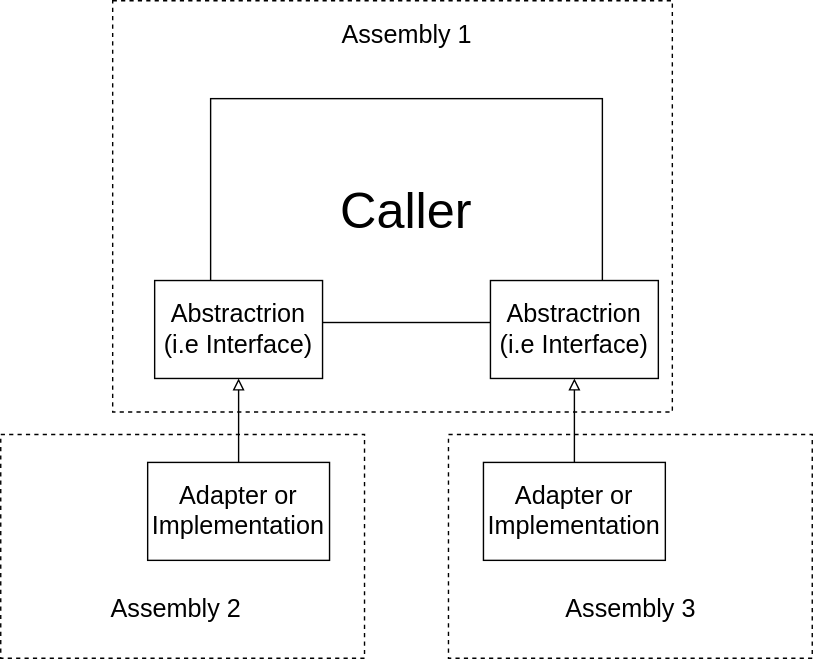
Earlier version of the draw.io export post-media/TestApi-and-TestReuse-in-Csharp/dependency-inversion.drawio.svg (farlee2121/DevEssentialsBlog). Source tidied: cells renumbered, new cells last; positions are measured from the earlier drawing's top-left corner, leaving out a move shared by most shapes. The source it was exported from:
```xml
<mxGraphModel>
  <root>
    <mxCell id="0" />
    <mxCell id="1" parent="0" />
    <mxCell id="2" style="whiteSpace=wrap;html=1;fontSize=36;fillColor=none;strokeColor=#000000;dashed=1;" parent="1" vertex="1">
      <mxGeometry x="320" y="310" width="260" height="160" as="geometry" />
    </mxCell>
    <mxCell id="3" style="whiteSpace=wrap;html=1;fontSize=36;fillColor=none;strokeColor=#000000;dashed=1;" parent="1" vertex="1">
      <mxGeometry y="310" width="260" height="160" as="geometry" />
    </mxCell>
    <mxCell id="4" style="whiteSpace=wrap;html=1;fontSize=36;fillColor=none;strokeColor=#000000;dashed=1;" parent="1" vertex="1">
      <mxGeometry x="80" width="400" height="294" as="geometry" />
    </mxCell>
    <mxCell id="5" value="&lt;font style=&quot;font-size: 36px&quot;&gt;Caller&lt;/font&gt;" style="whiteSpace=wrap;html=1;" parent="1" vertex="1">
      <mxGeometry x="150" y="70" width="280" height="160" as="geometry" />
    </mxCell>
    <mxCell id="6" style="edgeStyle=none;html=1;fontSize=18;endArrow=none;endFill=0;startArrow=block;startFill=0;" parent="1" edge="1" source="7" target="10">
      <mxGeometry relative="1" as="geometry" />
    </mxCell>
    <mxCell id="7" value="&lt;font&gt;&lt;font style=&quot;font-size: 18px&quot;&gt;Abstractrion&lt;br&gt;(i.e Interface)&lt;/font&gt;&lt;br&gt;&lt;/font&gt;" style="whiteSpace=wrap;html=1;" parent="1" vertex="1">
      <mxGeometry x="350" y="200" width="120" height="70" as="geometry" />
    </mxCell>
    <mxCell id="8" style="edgeStyle=none;html=1;exitX=0.5;exitY=1;exitDx=0;exitDy=0;entryX=0.5;entryY=0;entryDx=0;entryDy=0;fontSize=18;endArrow=none;endFill=0;startArrow=block;startFill=0;" parent="1" edge="1" source="9" target="11">
      <mxGeometry relative="1" as="geometry" />
    </mxCell>
    <mxCell id="9" value="&lt;font&gt;&lt;font style=&quot;font-size: 18px&quot;&gt;Abstractrion&lt;br&gt;(i.e Interface)&lt;/font&gt;&lt;br&gt;&lt;/font&gt;" style="whiteSpace=wrap;html=1;" parent="1" vertex="1">
      <mxGeometry x="110" y="200" width="120" height="70" as="geometry" />
    </mxCell>
    <mxCell id="10" value="&lt;font&gt;&lt;span style=&quot;font-size: 18px&quot;&gt;Adapter or&lt;/span&gt;&lt;font style=&quot;font-size: 18px&quot;&gt;&lt;br&gt;Implementation&lt;/font&gt;&lt;br&gt;&lt;/font&gt;" style="whiteSpace=wrap;html=1;" parent="1" vertex="1">
      <mxGeometry x="345" y="330" width="130" height="70" as="geometry" />
    </mxCell>
    <mxCell id="11" value="&lt;font&gt;&lt;span style=&quot;font-size: 18px&quot;&gt;Adapter or&lt;/span&gt;&lt;font style=&quot;font-size: 18px&quot;&gt;&lt;br&gt;Implementation&lt;/font&gt;&lt;br&gt;&lt;/font&gt;" style="whiteSpace=wrap;html=1;" parent="1" vertex="1">
      <mxGeometry x="105" y="330" width="130" height="70" as="geometry" />
    </mxCell>
    <mxCell id="12" value="Assembly 1" style="text;html=1;align=center;verticalAlign=middle;fillColor=none;strokeColor=none;rounded=0;dashed=1;fontSize=18;" parent="1" vertex="1">
      <mxGeometry x="235" y="10" width="110" height="30" as="geometry" />
    </mxCell>
    <mxCell id="13" value="Assembly 3" style="text;html=1;align=center;verticalAlign=middle;fillColor=none;strokeColor=none;rounded=0;dashed=1;fontSize=18;" parent="1" vertex="1">
      <mxGeometry x="395" y="420" width="110" height="30" as="geometry" />
    </mxCell>
    <mxCell id="14" value="Assembly 2" style="text;html=1;align=center;verticalAlign=middle;fillColor=none;strokeColor=none;rounded=0;dashed=1;fontSize=18;" parent="1" vertex="1">
      <mxGeometry x="70" y="420" width="110" height="30" as="geometry" />
    </mxCell>
  </root>
</mxGraphModel>
```
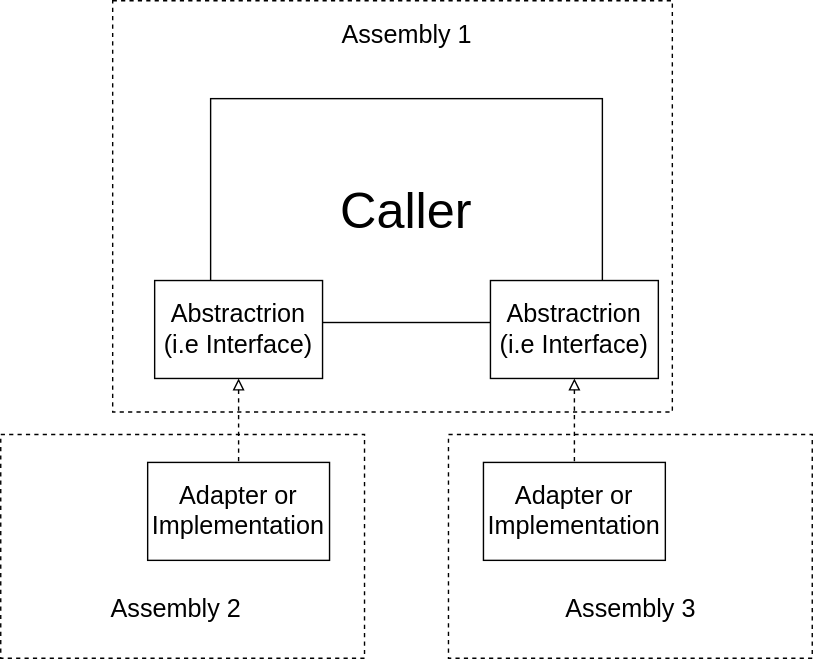
The same diagram one commit later.

Commit message:
match uml abstract depdendency convention

Change to the diagram source:
```diff
@@ -14,13 +14,13 @@
     <mxCell id="5" value="&lt;font style=&quot;font-size: 36px&quot;&gt;Caller&lt;/font&gt;" style="whiteSpace=wrap;html=1;" parent="1" vertex="1">
       <mxGeometry x="150" y="70" width="280" height="160" as="geometry" />
     </mxCell>
-    <mxCell id="6" style="edgeStyle=none;html=1;fontSize=18;endArrow=none;endFill=0;startArrow=block;startFill=0;" parent="1" edge="1" source="7" target="10">
+    <mxCell id="6" style="edgeStyle=none;html=1;fontSize=18;endArrow=none;endFill=0;startArrow=block;startFill=0;dashed=1;" parent="1" edge="1" source="7" target="10">
       <mxGeometry relative="1" as="geometry" />
     </mxCell>
     <mxCell id="7" value="&lt;font&gt;&lt;font style=&quot;font-size: 18px&quot;&gt;Abstractrion&lt;br&gt;(i.e Interface)&lt;/font&gt;&lt;br&gt;&lt;/font&gt;" style="whiteSpace=wrap;html=1;" parent="1" vertex="1">
       <mxGeometry x="350" y="200" width="120" height="70" as="geometry" />
     </mxCell>
-    <mxCell id="8" style="edgeStyle=none;html=1;exitX=0.5;exitY=1;exitDx=0;exitDy=0;entryX=0.5;entryY=0;entryDx=0;entryDy=0;fontSize=18;endArrow=none;endFill=0;startArrow=block;startFill=0;" parent="1" edge="1" source="9" target="11">
+    <mxCell id="8" style="edgeStyle=none;html=1;exitX=0.5;exitY=1;exitDx=0;exitDy=0;entryX=0.5;entryY=0;entryDx=0;entryDy=0;fontSize=18;endArrow=none;endFill=0;startArrow=block;startFill=0;dashed=1;" parent="1" edge="1" source="9" target="11">
       <mxGeometry relative="1" as="geometry" />
     </mxCell>
     <mxCell id="9" value="&lt;font&gt;&lt;font style=&quot;font-size: 18px&quot;&gt;Abstractrion&lt;br&gt;(i.e Interface)&lt;/font&gt;&lt;br&gt;&lt;/font&gt;" style="whiteSpace=wrap;html=1;" parent="1" vertex="1">
```
